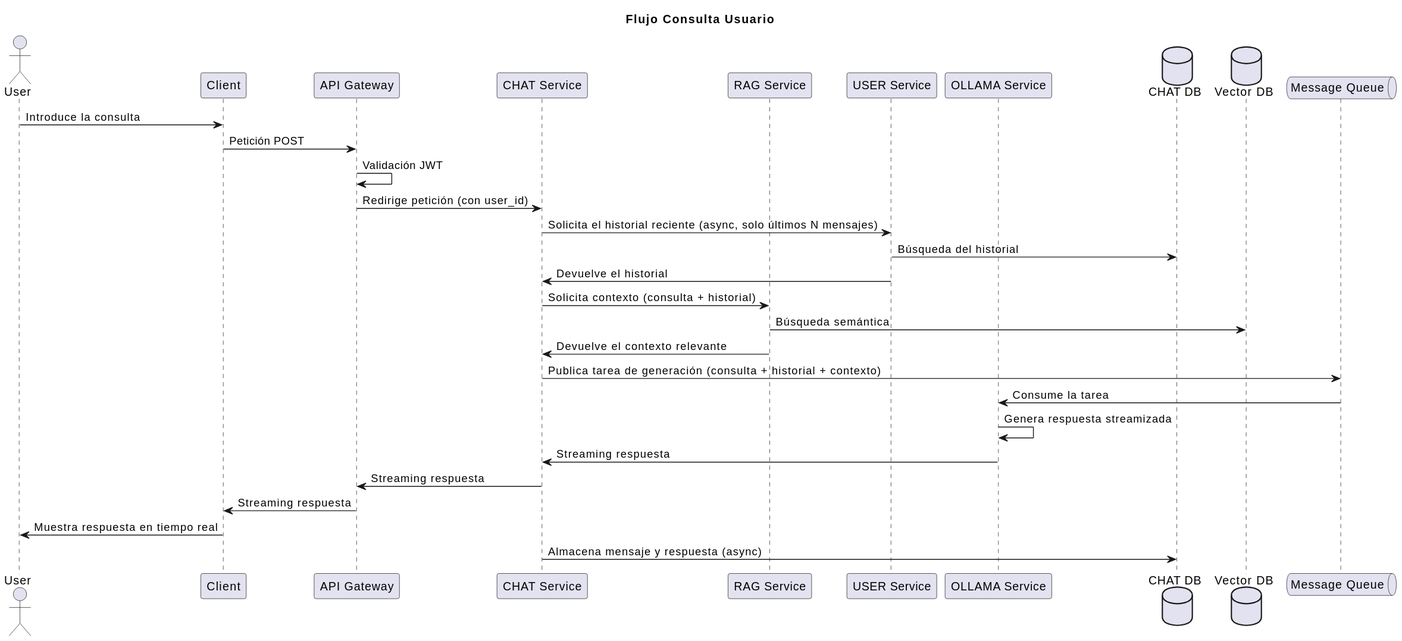
Before: assets/diagrams/user_query_flow.svg, a diagram exported from PlantUML (P4blo003/ikaros).
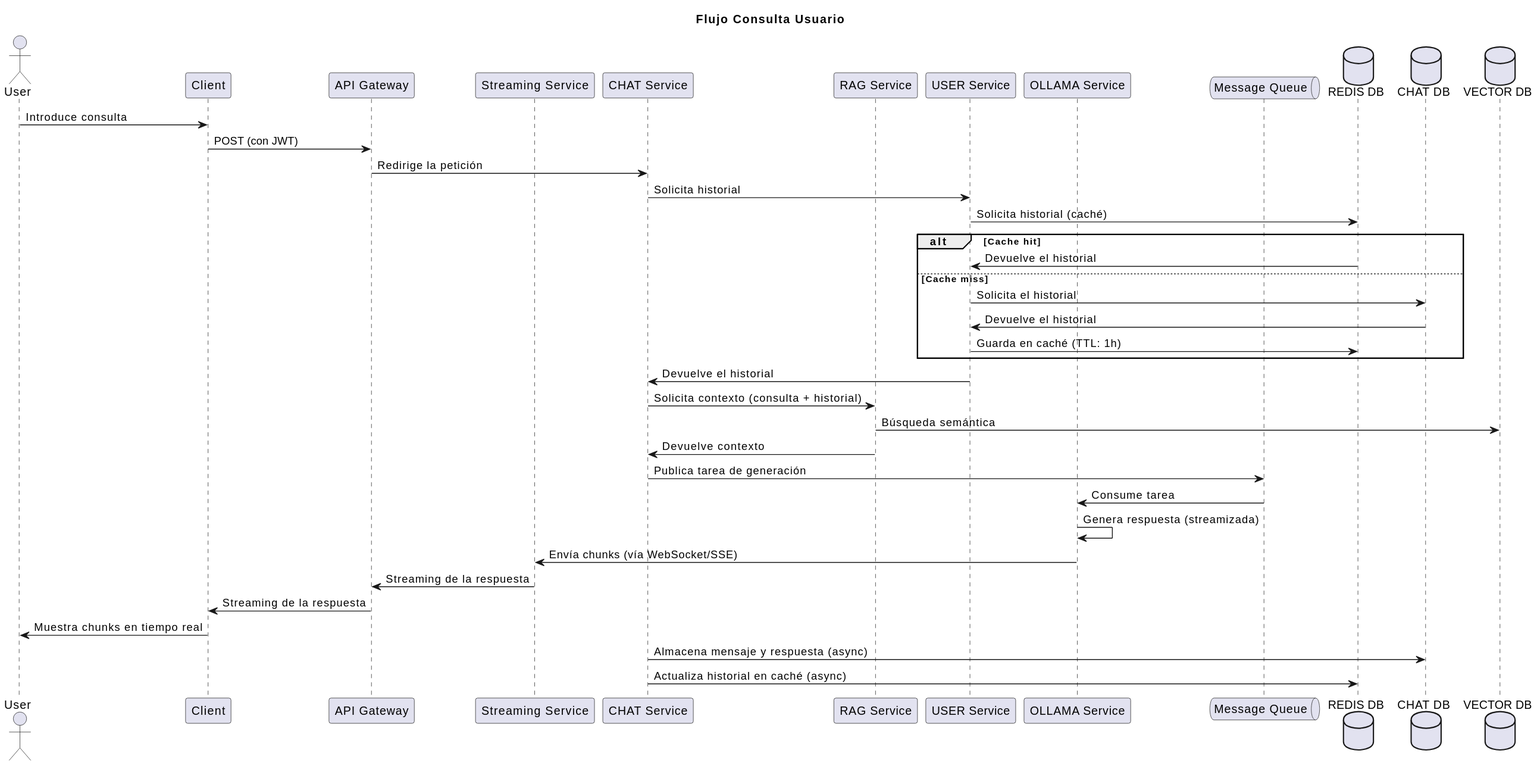
After the commit.

Commit message:
docs(diagram): Modificar diagrama de flujo para consultas de usuarios.

Diff of the diagram source:
```diff
@@ -1,41 +1,61 @@
 @startuml
 title Flujo Consulta Usuario
 
+actor User as actor
+participant Client as client
 
-actor User as usr
-
-participant "Client" as client
 participant "API Gateway" as gateway
+participant "Streaming Service" as stream
 participant "CHAT Service" as chat
 participant "RAG Service" as rag
 participant "USER Service" as user
 participant "OLLAMA Service" as ollama
 
-database "CHAT DB" as chatDB
-database "Vector DB" as vectorDB
 queue "Message Queue" as queue
 
-usr->client: Introduce la consulta
-client->gateway: Petición POST
-gateway->gateway: Validación JWT
-gateway->chat: Redirige petición (con user_id)
+database "REDIS DB" as redisDB
+database "CHAT DB" as chatDB
+database "VECTOR DB" as vectorDB
 
-chat->user: Solicita el historial reciente (async, solo últimos N mensajes)
-user->chatDB: Búsqueda del historial
+
+actor->client: Introduce consulta
+client->gateway: POST (con JWT)
+gateway->chat: Redirige la petición
+
+chat->user: Solicita historial
+user->redisDB: Solicita historial (caché)
+alt Cache hit
+  redisDB->user: Devuelve el historial
+else Cache miss
+  user->chatDB: Solicita el historial
+  chatDB->user: Devuelve el historial
+  user->redisDB: Guarda en caché (TTL: 1h)
+end
 user->chat: Devuelve el historial
 
 chat->rag: Solicita contexto (consulta + historial)
 rag->vectorDB: Búsqueda semántica
-rag->chat: Devuelve el contexto relevante
+rag->chat: Devuelve contexto
 
-chat->queue: Publica tarea de generación (consulta + historial + contexto)
-queue->ollama: Consume la tarea
-ollama->ollama: Genera respuesta streamizada
-ollama->chat: Streaming respuesta
-chat->gateway: Streaming respuesta
-gateway->client: Streaming respuesta
+chat->queue: Publica tarea de generación
+queue->ollama: Consume tarea
+ollama->ollama: Genera respuesta (streamizada)
 
-client->usr: Muestra respuesta en tiempo real
+ollama->stream: Envía chunks (vía WebSocket/SSE)
+stream->gateway: Streaming de la respuesta
+gateway->client: Streaming de la respuesta
+client->actor: Muestra chunks en tiempo real
 
 chat->chatDB: Almacena mensaje y respuesta (async)
+chat->redisDB: Actualiza historial en caché (async)
+
+@end uml
+
+PlantUML version 1.2025.3(Sun Jun 01 02:57:24 MDT 2025)
+(GPL source distribution)
+Java Runtime: OpenJDK Runtime Environment
+JVM: OpenJDK 64-Bit Server VM
+Default Encoding: UTF-8
+Language: en
+Country: null
 @enduml
```
